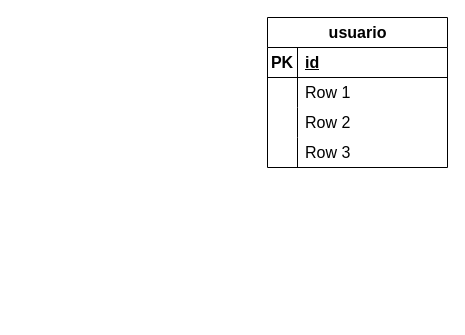
brayanmar/diagrama_escorting keeps this draw.io diagram as Diagrama sin título.drawio. Above is the earlier version. Source tidied: cells renumbered, new cells numbered last; positions are measured from the earlier drawing's top-left corner, leaving out a move shared by most shapes. Both pictures are drawn from the tidied source at 100%, with x=0, y=0 at pixel (267, 17).
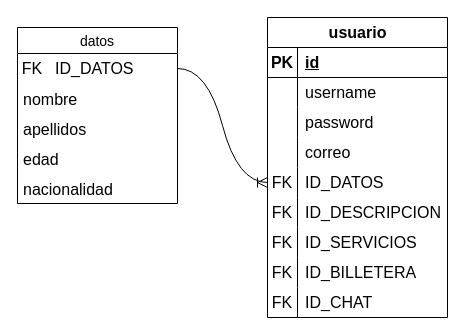
The same page after the edit.

Unchanged cells that the change refers to:
```xml
<mxCell id="6" style="shape=tableRow;horizontal=0;startSize=0;swimlaneHead=0;swimlaneBody=0;fillColor=none;top=0;left=0;right=0;bottom=0;fontSize=16;" parent="2" vertex="1">
  <mxGeometry y="60" width="180" height="30" as="geometry" />
</mxCell>
<mxCell id="9" style="shape=tableRow;horizontal=0;startSize=0;swimlaneHead=0;swimlaneBody=0;fillColor=none;top=0;left=0;right=0;bottom=0;fontSize=16;" parent="2" vertex="1">
  <mxGeometry y="90" width="180" height="30" as="geometry" />
</mxCell>
<mxCell id="12" style="shape=tableRow;horizontal=0;startSize=0;swimlaneHead=0;swimlaneBody=0;fillColor=none;top=0;left=0;right=0;bottom=0;fontSize=16;" parent="2" vertex="1">
  <mxGeometry y="120" width="180" height="30" as="geometry" />
</mxCell>
```

The edit, as a diff of the source:
```diff
@@
     <mxCell id="2" value="usuario" style="shape=table;startSize=30;childLayout=tableLayout;rowLines=0;fontStyle=1;align=center;html=1;fontSize=16;" parent="1" vertex="1">
-      <mxGeometry width="180" height="150" as="geometry" />
+      <mxGeometry width="180" height="300" as="geometry" />
     </mxCell>
@@
-    <mxCell id="8" value="Row 1" style="shape=partialRectangle;fillColor=none;top=0;left=0;bottom=0;right=0;align=left;spacingLeft=6;overflow=hidden;whiteSpace=wrap;html=1;fontSize=16;" parent="6" vertex="1">
+    <mxCell id="8" value="username" style="shape=partialRectangle;fillColor=none;top=0;left=0;bottom=0;right=0;align=left;spacingLeft=6;overflow=hidden;whiteSpace=wrap;html=1;fontSize=16;" parent="6" vertex="1">
       <mxGeometry x="30" width="150" height="30" as="geometry" />
     </mxCell>
@@
-    <mxCell id="11" value="Row 2" style="shape=partialRectangle;fillColor=none;top=0;left=0;bottom=0;right=0;align=left;spacingLeft=6;overflow=hidden;whiteSpace=wrap;html=1;fontSize=16;" parent="9" vertex="1">
+    <mxCell id="11" value="password" style="shape=partialRectangle;fillColor=none;top=0;left=0;bottom=0;right=0;align=left;spacingLeft=6;overflow=hidden;whiteSpace=wrap;html=1;fontSize=16;" parent="9" vertex="1">
       <mxGeometry x="30" width="150" height="30" as="geometry" />
     </mxCell>
@@
-    <mxCell id="14" value="Row 3" style="shape=partialRectangle;fillColor=none;top=0;left=0;bottom=0;right=0;align=left;spacingLeft=6;overflow=hidden;whiteSpace=wrap;html=1;fontSize=16;" parent="12" vertex="1">
+    <mxCell id="14" value="correo" style="shape=partialRectangle;fillColor=none;top=0;left=0;bottom=0;right=0;align=left;spacingLeft=6;overflow=hidden;whiteSpace=wrap;html=1;fontSize=16;" parent="12" vertex="1">
       <mxGeometry x="30" width="150" height="30" as="geometry" />
     </mxCell>
+    <mxCell id="15" style="shape=tableRow;horizontal=0;startSize=0;swimlaneHead=0;swimlaneBody=0;fillColor=none;points=[[0,0.5],[1,0.5]];portConstraint=eastwest;top=0;left=0;right=0;bottom=0;fontSize=16;" parent="2" vertex="1">
+      <mxGeometry y="150" width="180" height="30" as="geometry" />
+    </mxCell>
+    <mxCell id="16" value="FK" style="shape=partialRectangle;fillColor=none;top=0;left=0;bottom=0;right=0;fontStyle=0;overflow=hidden;whiteSpace=wrap;html=1;fontSize=16;" parent="15" vertex="1">
+      <mxGeometry width="30" height="30" as="geometry" />
+    </mxCell>
+    <mxCell id="17" value="ID_DATOS" style="shape=partialRectangle;fillColor=none;top=0;left=0;bottom=0;right=0;align=left;spacingLeft=6;fontStyle=0;overflow=hidden;whiteSpace=wrap;html=1;fontSize=16;" parent="15" vertex="1">
+      <mxGeometry x="30" width="150" height="30" as="geometry" />
+    </mxCell>
+    <mxCell id="18" style="shape=tableRow;horizontal=0;startSize=0;swimlaneHead=0;swimlaneBody=0;fillColor=none;top=0;left=0;right=0;bottom=0;fontSize=16;" parent="2" vertex="1">
+      <mxGeometry y="180" width="180" height="30" as="geometry" />
+    </mxCell>
+    <mxCell id="19" value="FK" style="shape=partialRectangle;fillColor=none;top=0;left=0;bottom=0;right=0;fontStyle=0;overflow=hidden;whiteSpace=wrap;html=1;fontSize=16;" parent="18" vertex="1">
+      <mxGeometry width="30" height="30" as="geometry" />
+    </mxCell>
+    <mxCell id="20" value="ID_DESCRIPCION" style="shape=partialRectangle;fillColor=none;top=0;left=0;bottom=0;right=0;align=left;spacingLeft=6;fontStyle=0;overflow=hidden;whiteSpace=wrap;html=1;fontSize=16;" parent="18" vertex="1">
+      <mxGeometry x="30" width="150" height="30" as="geometry" />
+    </mxCell>
+    <mxCell id="21" style="shape=tableRow;horizontal=0;startSize=0;swimlaneHead=0;swimlaneBody=0;fillColor=none;top=0;left=0;right=0;bottom=0;fontSize=16;" parent="2" vertex="1">
+      <mxGeometry y="210" width="180" height="30" as="geometry" />
+    </mxCell>
+    <mxCell id="22" value="FK" style="shape=partialRectangle;fillColor=none;top=0;left=0;bottom=0;right=0;fontStyle=0;overflow=hidden;whiteSpace=wrap;html=1;fontSize=16;" parent="21" vertex="1">
+      <mxGeometry width="30" height="30" as="geometry" />
+    </mxCell>
+    <mxCell id="23" value="ID_SERVICIOS" style="shape=partialRectangle;fillColor=none;top=0;left=0;bottom=0;right=0;align=left;spacingLeft=6;fontStyle=0;overflow=hidden;whiteSpace=wrap;html=1;fontSize=16;" parent="21" vertex="1">
+      <mxGeometry x="30" width="150" height="30" as="geometry" />
+    </mxCell>
+    <mxCell id="24" style="shape=tableRow;horizontal=0;startSize=0;swimlaneHead=0;swimlaneBody=0;fillColor=none;top=0;left=0;right=0;bottom=0;fontSize=16;" parent="2" vertex="1">
+      <mxGeometry y="240" width="180" height="30" as="geometry" />
+    </mxCell>
+    <mxCell id="25" value="FK" style="shape=partialRectangle;fillColor=none;top=0;left=0;bottom=0;right=0;fontStyle=0;overflow=hidden;whiteSpace=wrap;html=1;fontSize=16;" parent="24" vertex="1">
+      <mxGeometry width="30" height="30" as="geometry" />
+    </mxCell>
+    <mxCell id="26" value="ID_BILLETERA" style="shape=partialRectangle;fillColor=none;top=0;left=0;bottom=0;right=0;align=left;spacingLeft=6;fontStyle=0;overflow=hidden;whiteSpace=wrap;html=1;fontSize=16;" parent="24" vertex="1">
+      <mxGeometry x="30" width="150" height="30" as="geometry" />
+    </mxCell>
+    <mxCell id="27" style="shape=tableRow;horizontal=0;startSize=0;swimlaneHead=0;swimlaneBody=0;fillColor=none;top=0;left=0;right=0;bottom=0;fontSize=16;" parent="2" vertex="1">
+      <mxGeometry y="270" width="180" height="30" as="geometry" />
+    </mxCell>
+    <mxCell id="28" value="FK" style="shape=partialRectangle;fillColor=none;top=0;left=0;bottom=0;right=0;fontStyle=0;overflow=hidden;whiteSpace=wrap;html=1;fontSize=16;" parent="27" vertex="1">
+      <mxGeometry width="30" height="30" as="geometry" />
+    </mxCell>
+    <mxCell id="29" value="ID_CHAT" style="shape=partialRectangle;fillColor=none;top=0;left=0;bottom=0;right=0;align=left;spacingLeft=6;fontStyle=0;overflow=hidden;whiteSpace=wrap;html=1;fontSize=16;" parent="27" vertex="1">
+      <mxGeometry x="30" width="150" height="30" as="geometry" />
+    </mxCell>
+    <mxCell id="30" value="datos" style="swimlane;fontStyle=0;horizontal=1;startSize=26;align=center;fontSize=14;" parent="1" vertex="1">
+      <mxGeometry x="-250" y="10" width="160" height="176" as="geometry" />
+    </mxCell>
+    <mxCell id="31" style="shape=table;startSize=0;childLayout=tableLayout;rowLines=0;fontStyle=0;align=center;strokeColor=none;fillColor=none;fontSize=16;" parent="30" vertex="1">
+      <mxGeometry y="26" width="160" height="30" as="geometry" />
+    </mxCell>
+    <mxCell id="32" style="shape=tableRow;horizontal=0;startSize=0;swimlaneHead=0;swimlaneBody=0;fillColor=none;points=[[0,0.5],[1,0.5]];portConstraint=eastwest;top=0;left=0;right=0;bottom=0;fontSize=16;" parent="31" vertex="1">
+      <mxGeometry width="160" height="30" as="geometry" />
+    </mxCell>
+    <mxCell id="33" value="FK" style="shape=partialRectangle;fillColor=none;top=0;left=0;bottom=0;right=0;fontStyle=0;overflow=hidden;whiteSpace=wrap;html=1;fontSize=16;" parent="32" vertex="1">
+      <mxGeometry width="30" height="30" as="geometry" />
+    </mxCell>
+    <mxCell id="34" value="ID_DATOS" style="shape=partialRectangle;fillColor=none;top=0;left=0;bottom=0;right=0;align=left;spacingLeft=6;fontStyle=0;overflow=hidden;whiteSpace=wrap;html=1;fontSize=16;" parent="32" vertex="1">
+      <mxGeometry x="30" width="130" height="30" as="geometry" />
+    </mxCell>
+    <mxCell id="35" value="nombre" style="text;strokeColor=none;fillColor=none;spacingLeft=4;spacingRight=4;overflow=hidden;fontSize=16;whiteSpace=wrap;html=1;" parent="30" vertex="1">
+      <mxGeometry y="56" width="160" height="30" as="geometry" />
+    </mxCell>
+    <mxCell id="36" value="apellidos" style="text;strokeColor=none;fillColor=none;spacingLeft=4;spacingRight=4;overflow=hidden;fontSize=16;whiteSpace=wrap;html=1;" parent="30" vertex="1">
+      <mxGeometry y="86" width="160" height="30" as="geometry" />
+    </mxCell>
+    <mxCell id="37" value="edad" style="text;strokeColor=none;fillColor=none;spacingLeft=4;spacingRight=4;overflow=hidden;fontSize=16;whiteSpace=wrap;html=1;" parent="30" vertex="1">
+      <mxGeometry y="116" width="160" height="30" as="geometry" />
+    </mxCell>
+    <mxCell id="38" value="nacionalidad" style="text;strokeColor=none;fillColor=none;spacingLeft=4;spacingRight=4;overflow=hidden;fontSize=16;whiteSpace=wrap;html=1;" parent="30" vertex="1">
+      <mxGeometry y="146" width="160" height="30" as="geometry" />
+    </mxCell>
+    <mxCell id="39" style="edgeStyle=entityRelationEdgeStyle;fontSize=12;html=1;endArrow=ERoneToMany;rounded=0;startSize=8;endSize=8;curved=1;entryX=0;entryY=0.5;entryDx=0;entryDy=0;exitX=1;exitY=0.5;exitDx=0;exitDy=0;" parent="1" edge="1" source="32" target="15">
+      <mxGeometry relative="1" as="geometry" />
+    </mxCell>
```
